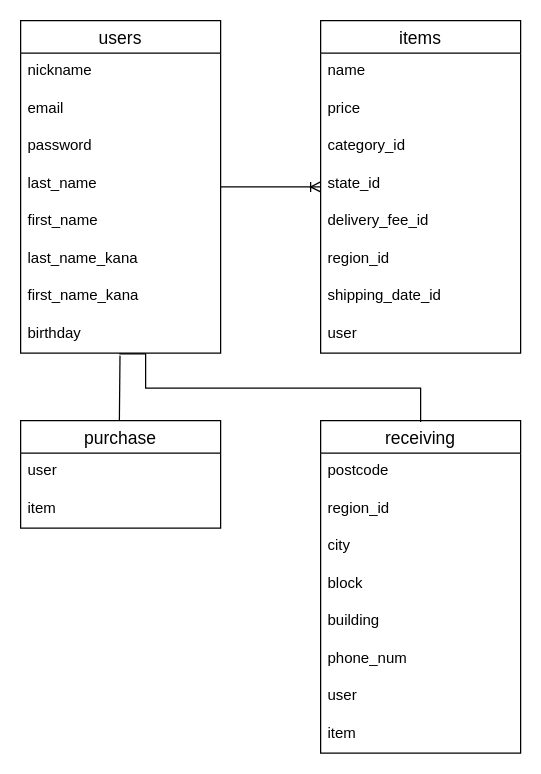
Before: furima.dio in sho1999/furima-32340, a draw.io diagram. Source tidied: cells renumbered, new cells numbered last; positions are measured from the earlier drawing's top-left corner, leaving out a move shared by most shapes. Both pictures are drawn from the tidied source at 125%, with x=0, y=0 at pixel (20, 20).
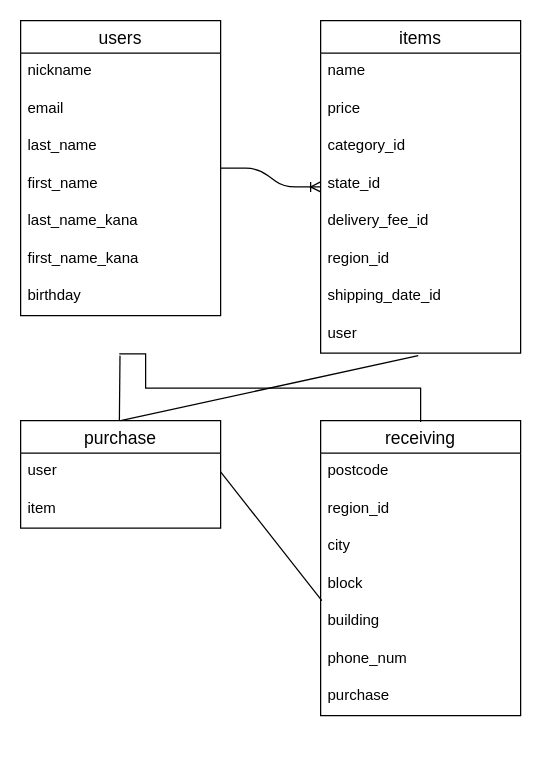
After the change.

Commit message (it also covers changes not shown here):
データベース修正2

The change refers to these unchanged cells:
```xml
<mxCell id="19" value="user" style="text;strokeColor=none;fillColor=none;spacingLeft=4;spacingRight=4;overflow=hidden;points=[[0,0.5],[1,0.5]];portConstraint=eastwest;fontSize=12;" parent="11" vertex="1">
  <mxGeometry y="236" width="160" height="30" as="geometry" />
</mxCell>
<mxCell id="21" value="user" style="text;strokeColor=none;fillColor=none;spacingLeft=4;spacingRight=4;overflow=hidden;points=[[0,0.5],[1,0.5]];portConstraint=eastwest;fontSize=12;" parent="20" vertex="1">
  <mxGeometry y="26" width="160" height="30" as="geometry" />
</mxCell>
<mxCell id="28" value="building&#10;&#10;" style="text;strokeColor=none;fillColor=none;spacingLeft=4;spacingRight=4;overflow=hidden;points=[[0,0.5],[1,0.5]];portConstraint=eastwest;fontSize=12;" parent="23" vertex="1">
  <mxGeometry y="146" width="160" height="30" as="geometry" />
</mxCell>
```

Change to the diagram source:
```diff
@@
     <mxCell id="2" value="users" style="swimlane;fontStyle=0;horizontal=1;startSize=26;align=center;fontSize=14;" parent="1" vertex="1">
-      <mxGeometry width="160" height="266" as="geometry" />
+      <mxGeometry width="160" height="236" as="geometry" />
     </mxCell>
@@
-    <mxCell id="5" value="password" style="text;strokeColor=none;fillColor=none;spacingLeft=4;spacingRight=4;overflow=hidden;fontSize=12;" parent="2" vertex="1">
-      <mxGeometry y="86" width="160" height="30" as="geometry" />
-    </mxCell>
     <mxCell id="6" value="last_name" style="text;strokeColor=none;fillColor=none;spacingLeft=4;spacingRight=4;overflow=hidden;fontSize=12;" parent="2" vertex="1">
-      <mxGeometry y="116" width="160" height="30" as="geometry" />
+      <mxGeometry y="86" width="160" height="30" as="geometry" />
     </mxCell>
     <mxCell id="7" value="first_name" style="text;strokeColor=none;fillColor=none;spacingLeft=4;spacingRight=4;overflow=hidden;fontSize=12;" parent="2" vertex="1">
-      <mxGeometry y="146" width="160" height="30" as="geometry" />
+      <mxGeometry y="116" width="160" height="30" as="geometry" />
     </mxCell>
     <mxCell id="8" value="last_name_kana&#10;&#10;" style="text;strokeColor=none;fillColor=none;spacingLeft=4;spacingRight=4;overflow=hidden;fontSize=12;" parent="2" vertex="1">
-      <mxGeometry y="176" width="160" height="30" as="geometry" />
+      <mxGeometry y="146" width="160" height="30" as="geometry" />
     </mxCell>
     <mxCell id="9" value="first_name_kana" style="text;strokeColor=none;fillColor=none;spacingLeft=4;spacingRight=4;overflow=hidden;fontSize=12;" parent="2" vertex="1">
-      <mxGeometry y="206" width="160" height="30" as="geometry" />
+      <mxGeometry y="176" width="160" height="30" as="geometry" />
     </mxCell>
     <mxCell id="10" value="birthday" style="text;strokeColor=none;fillColor=none;spacingLeft=4;spacingRight=4;overflow=hidden;fontSize=12;" parent="2" vertex="1">
-      <mxGeometry y="236" width="160" height="30" as="geometry" />
+      <mxGeometry y="206" width="160" height="30" as="geometry" />
     </mxCell>
@@
     <mxCell id="23" value="receiving" style="swimlane;fontStyle=0;horizontal=1;startSize=26;align=center;fontSize=14;" parent="1" vertex="1">
-      <mxGeometry x="240" y="320" width="160" height="266" as="geometry" />
+      <mxGeometry x="240" y="320" width="160" height="236" as="geometry" />
     </mxCell>
@@
+    <mxCell id="35" value="phone_num" style="text;strokeColor=none;fillColor=none;spacingLeft=4;spacingRight=4;overflow=hidden;fontSize=12;" parent="23" vertex="1">
+      <mxGeometry y="176" width="160" height="30" as="geometry" />
+    </mxCell>
-    <mxCell id="29" value="phone_num" style="text;strokeColor=none;fillColor=none;spacingLeft=4;spacingRight=4;overflow=hidden;fontSize=12;" parent="23" vertex="1">
-      <mxGeometry y="176" width="160" height="30" as="geometry" />
+    <mxCell id="29" value="purchase" style="text;strokeColor=none;fillColor=none;spacingLeft=4;spacingRight=4;overflow=hidden;fontSize=12;" parent="23" vertex="1">
+      <mxGeometry y="206" width="160" height="30" as="geometry" />
     </mxCell>
-    <mxCell id="30" value="user" style="text;strokeColor=none;fillColor=none;spacingLeft=4;spacingRight=4;overflow=hidden;fontSize=12;" parent="23" vertex="1">
-      <mxGeometry y="206" width="160" height="30" as="geometry" />
-    </mxCell>
-    <mxCell id="31" value="item" style="text;strokeColor=none;fillColor=none;spacingLeft=4;spacingRight=4;overflow=hidden;fontSize=12;" parent="23" vertex="1">
-      <mxGeometry y="236" width="160" height="30" as="geometry" />
-    </mxCell>
@@
+    <mxCell id="36" style="endArrow=none;html=1;rounded=0;entryX=0.488;entryY=1.067;entryDx=0;entryDy=0;entryPerimeter=0;" parent="1" edge="1" target="19">
+      <mxGeometry relative="1" as="geometry">
+        <mxPoint x="80" y="320" as="sourcePoint" />
+      </mxGeometry>
+    </mxCell>
+    <mxCell id="37" style="endArrow=none;html=1;rounded=0;exitX=0.006;exitY=-0.067;exitDx=0;exitDy=0;exitPerimeter=0;entryX=1;entryY=0.5;entryDx=0;entryDy=0;" parent="1" edge="1" source="28" target="21">
+      <mxGeometry relative="1" as="geometry" />
+    </mxCell>
```
